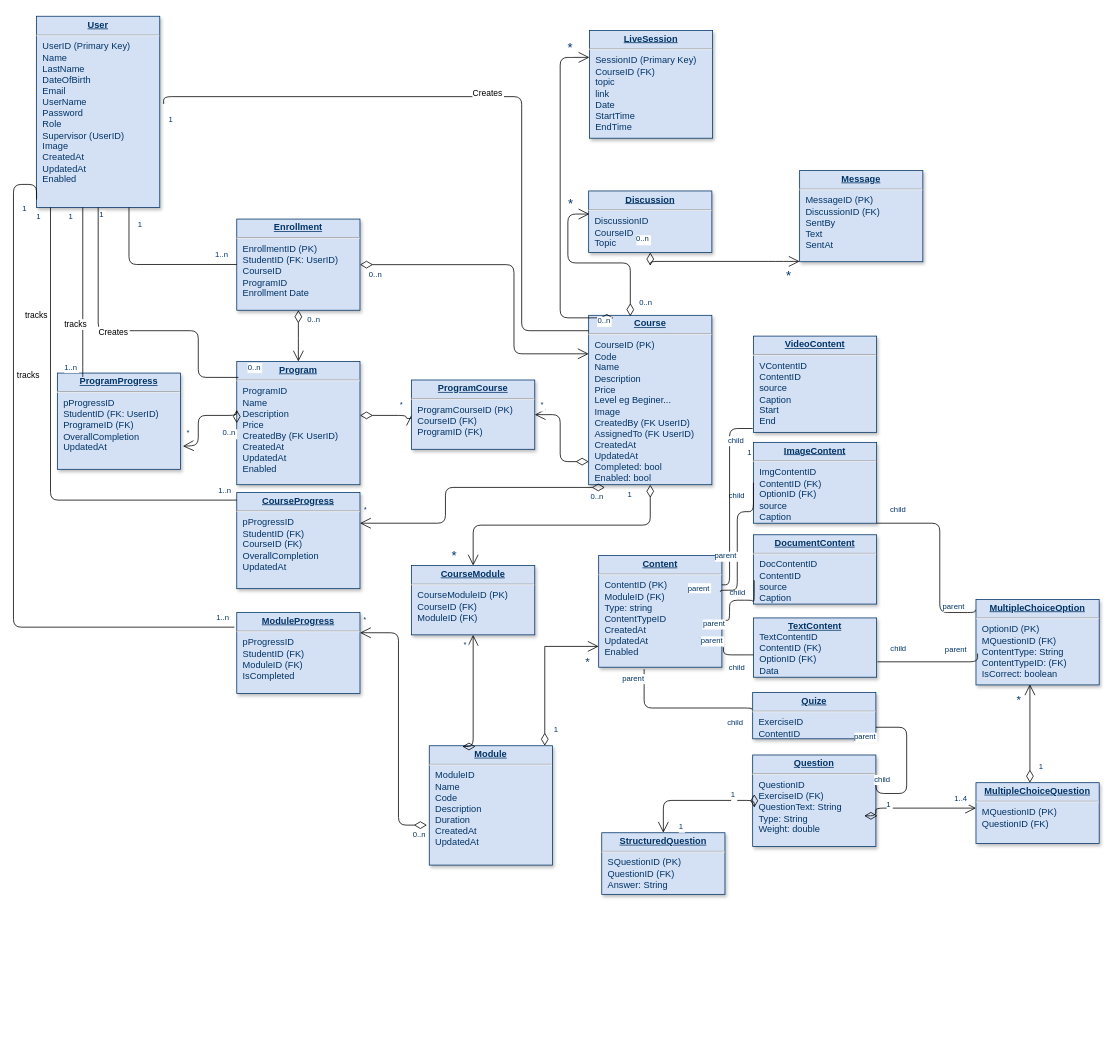
The draw.io diagram Diagrams/Database.drawio in kingshowa/PFE_E-learning, before the edit. Source tidied: cells renumbered, new cells numbered last; positions are measured from the earlier drawing's top-left corner, leaving out a move shared by most shapes. Both pictures are drawn from the tidied source at 77%, with x=0, y=0 at pixel (13, 16).
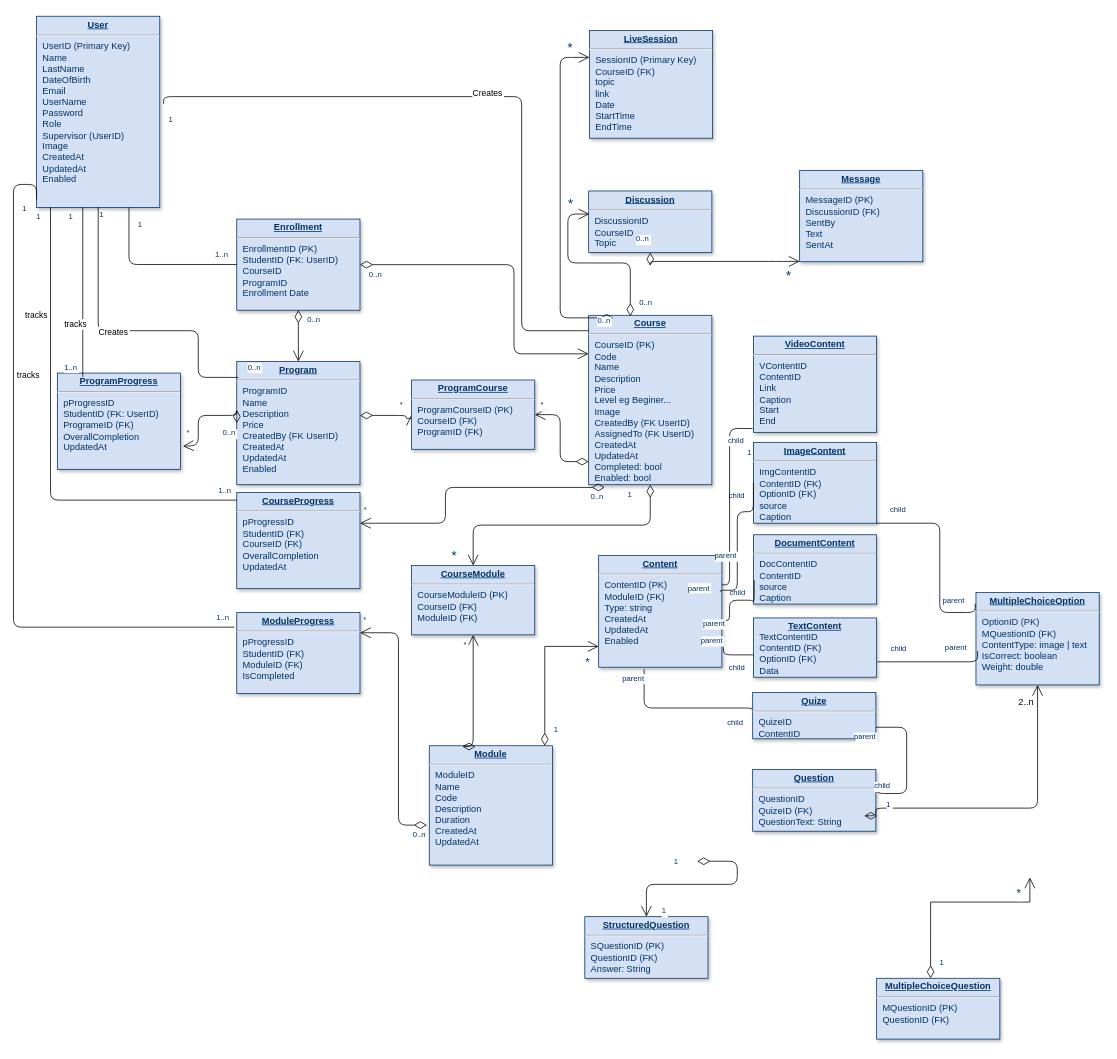
Above is the later version.

What changed in the source:
```diff
@@
-    <mxCell id="3" value="&lt;p style=&quot;margin: 0px; margin-top: 4px; text-align: center; text-decoration: underline;&quot;&gt;&lt;b&gt;Content&lt;/b&gt;&lt;/p&gt;&lt;hr&gt;&lt;p style=&quot;margin: 0px; margin-left: 8px;&quot;&gt;ContentID (PK)&lt;/p&gt;&lt;p style=&quot;margin: 0px; margin-left: 8px;&quot;&gt;ModuleID (FK)&lt;/p&gt;&lt;p style=&quot;margin: 0px; margin-left: 8px;&quot;&gt;Type: string&lt;/p&gt;&lt;p style=&quot;margin: 0px; margin-left: 8px;&quot;&gt;ContentTypeID&lt;/p&gt;&lt;p style=&quot;margin: 0px; margin-left: 8px;&quot;&gt;CreatedAt&lt;/p&gt;&lt;p style=&quot;margin: 0px; margin-left: 8px;&quot;&gt;UpdatedAt&lt;/p&gt;&lt;p style=&quot;margin: 0px; margin-left: 8px;&quot;&gt;Enabled&lt;/p&gt;" style="verticalAlign=top;align=left;overflow=fill;fontSize=12;fontFamily=Helvetica;html=1;strokeColor=#003366;shadow=1;fillColor=#D4E1F5;fontColor=#003366;" parent="1" vertex="1">
+    <mxCell id="3" value="&lt;p style=&quot;margin: 0px; margin-top: 4px; text-align: center; text-decoration: underline;&quot;&gt;&lt;b&gt;Content&lt;/b&gt;&lt;/p&gt;&lt;hr&gt;&lt;p style=&quot;margin: 0px; margin-left: 8px;&quot;&gt;ContentID (PK)&lt;/p&gt;&lt;p style=&quot;margin: 0px; margin-left: 8px;&quot;&gt;ModuleID (FK)&lt;/p&gt;&lt;p style=&quot;margin: 0px; margin-left: 8px;&quot;&gt;Type: string&lt;/p&gt;&lt;p style=&quot;margin: 0px; margin-left: 8px;&quot;&gt;&lt;span style=&quot;background-color: initial;&quot;&gt;CreatedAt&lt;/span&gt;&lt;br&gt;&lt;/p&gt;&lt;p style=&quot;margin: 0px; margin-left: 8px;&quot;&gt;UpdatedAt&lt;/p&gt;&lt;p style=&quot;margin: 0px; margin-left: 8px;&quot;&gt;Enabled&lt;/p&gt;" style="verticalAlign=top;align=left;overflow=fill;fontSize=12;fontFamily=Helvetica;html=1;strokeColor=#003366;shadow=1;fillColor=#D4E1F5;fontColor=#003366;" parent="1" vertex="1">
       <mxGeometry x="760" y="700" width="160" height="145" as="geometry" />
     </mxCell>
@@
-    <mxCell id="7" value="&lt;p style=&quot;margin: 0px; margin-top: 4px; text-align: center; text-decoration: underline;&quot;&gt;&lt;b&gt;Question&lt;/b&gt;&lt;/p&gt;&lt;hr&gt;&lt;p style=&quot;margin: 0px; margin-left: 8px;&quot;&gt;QuestionID&lt;/p&gt;&lt;p style=&quot;margin: 0px; margin-left: 8px;&quot;&gt;ExerciseID (FK)&lt;/p&gt;&lt;p style=&quot;margin: 0px; margin-left: 8px;&quot;&gt;QuestionText: String&lt;/p&gt;&lt;p style=&quot;margin: 0px; margin-left: 8px;&quot;&gt;Type: String&lt;/p&gt;&lt;p style=&quot;margin: 0px; margin-left: 8px;&quot;&gt;Weight: double&lt;/p&gt;" style="verticalAlign=top;align=left;overflow=fill;fontSize=12;fontFamily=Helvetica;html=1;strokeColor=#003366;shadow=1;fillColor=#D4E1F5;fontColor=#003366;" parent="1" vertex="1">
-      <mxGeometry x="960" y="959" width="160" height="119" as="geometry" />
+    <mxCell id="7" value="&lt;p style=&quot;margin: 0px; margin-top: 4px; text-align: center; text-decoration: underline;&quot;&gt;&lt;b&gt;Question&lt;/b&gt;&lt;/p&gt;&lt;hr&gt;&lt;p style=&quot;margin: 0px; margin-left: 8px;&quot;&gt;QuestionID&lt;/p&gt;&lt;p style=&quot;margin: 0px; margin-left: 8px;&quot;&gt;QuizeID (FK)&lt;/p&gt;&lt;p style=&quot;margin: 0px; margin-left: 8px;&quot;&gt;QuestionText: String&lt;/p&gt;" style="verticalAlign=top;align=left;overflow=fill;fontSize=12;fontFamily=Helvetica;html=1;strokeColor=#003366;shadow=1;fillColor=#D4E1F5;fontColor=#003366;" parent="1" vertex="1">
+      <mxGeometry x="960" y="978" width="160" height="80" as="geometry" />
     </mxCell>
@@
-    <mxCell id="28" value="&lt;p style=&quot;margin: 0px ; margin-top: 4px ; text-align: center ; text-decoration: underline&quot;&gt;&lt;b&gt;VideoContent&lt;/b&gt;&lt;/p&gt;&lt;hr&gt;&lt;p style=&quot;margin: 0px ; margin-left: 8px&quot;&gt;VContentID&lt;/p&gt;&lt;p style=&quot;margin: 0px ; margin-left: 8px&quot;&gt;ContentID&lt;/p&gt;&lt;p style=&quot;margin: 0px ; margin-left: 8px&quot;&gt;source&lt;/p&gt;&lt;p style=&quot;margin: 0px ; margin-left: 8px&quot;&gt;Caption&lt;/p&gt;&lt;p style=&quot;margin: 0px ; margin-left: 8px&quot;&gt;Start&lt;/p&gt;&lt;p style=&quot;margin: 0px ; margin-left: 8px&quot;&gt;End&lt;/p&gt;" style="verticalAlign=top;align=left;overflow=fill;fontSize=12;fontFamily=Helvetica;html=1;strokeColor=#003366;shadow=1;fillColor=#D4E1F5;fontColor=#003366;" parent="1" vertex="1">
+    <mxCell id="28" value="&lt;p style=&quot;margin: 0px ; margin-top: 4px ; text-align: center ; text-decoration: underline&quot;&gt;&lt;b&gt;VideoContent&lt;/b&gt;&lt;/p&gt;&lt;hr&gt;&lt;p style=&quot;margin: 0px ; margin-left: 8px&quot;&gt;VContentID&lt;/p&gt;&lt;p style=&quot;margin: 0px ; margin-left: 8px&quot;&gt;ContentID&lt;/p&gt;&lt;p style=&quot;margin: 0px ; margin-left: 8px&quot;&gt;Link&lt;/p&gt;&lt;p style=&quot;margin: 0px ; margin-left: 8px&quot;&gt;Caption&lt;/p&gt;&lt;p style=&quot;margin: 0px ; margin-left: 8px&quot;&gt;Start&lt;/p&gt;&lt;p style=&quot;margin: 0px ; margin-left: 8px&quot;&gt;End&lt;/p&gt;" style="verticalAlign=top;align=left;overflow=fill;fontSize=12;fontFamily=Helvetica;html=1;strokeColor=#003366;shadow=1;fillColor=#D4E1F5;fontColor=#003366;" parent="1" vertex="1">
       <mxGeometry x="961" y="415" width="160" height="125" as="geometry" />
     </mxCell>
@@
-    <mxCell id="32" value="&lt;p style=&quot;margin: 0px ; margin-top: 4px ; text-align: center ; text-decoration: underline&quot;&gt;&lt;b&gt;Quize&lt;/b&gt;&lt;/p&gt;&lt;hr&gt;&lt;p style=&quot;margin: 0px 0px 0px 8px;&quot;&gt;ExerciseID&lt;/p&gt;&lt;p style=&quot;margin: 0px 0px 0px 8px;&quot;&gt;ContentID&lt;/p&gt;" style="verticalAlign=top;align=left;overflow=fill;fontSize=12;fontFamily=Helvetica;html=1;strokeColor=#003366;shadow=1;fillColor=#D4E1F5;fontColor=#003366;" parent="1" vertex="1">
+    <mxCell id="32" value="&lt;p style=&quot;margin: 0px ; margin-top: 4px ; text-align: center ; text-decoration: underline&quot;&gt;&lt;b&gt;Quize&lt;/b&gt;&lt;/p&gt;&lt;hr&gt;&lt;p style=&quot;margin: 0px 0px 0px 8px;&quot;&gt;QuizeID&lt;/p&gt;&lt;p style=&quot;margin: 0px 0px 0px 8px;&quot;&gt;ContentID&lt;/p&gt;" style="verticalAlign=top;align=left;overflow=fill;fontSize=12;fontFamily=Helvetica;html=1;strokeColor=#003366;shadow=1;fillColor=#D4E1F5;fontColor=#003366;" parent="1" vertex="1">
       <mxGeometry x="960" y="878" width="160" height="60" as="geometry" />
     </mxCell>
@@
     <mxCell id="63" value="&lt;p style=&quot;margin: 0px; margin-top: 4px; text-align: center; text-decoration: underline;&quot;&gt;&lt;b&gt;MultipleChoiceQuestion&lt;/b&gt;&lt;/p&gt;&lt;hr&gt;&lt;p style=&quot;margin: 0px 0px 0px 8px;&quot;&gt;MQuestionID (PK)&lt;/p&gt;&lt;p style=&quot;margin: 0px 0px 0px 8px;&quot;&gt;QuestionID&amp;nbsp;&lt;span style=&quot;background-color: initial;&quot;&gt;(FK)&lt;/span&gt;&lt;/p&gt;" style="verticalAlign=top;align=left;overflow=fill;fontSize=12;fontFamily=Helvetica;html=1;strokeColor=#003366;shadow=1;fillColor=#D4E1F5;fontColor=#003366;" parent="1" vertex="1">
-      <mxGeometry x="1250" y="995" width="160" height="79" as="geometry" />
+      <mxGeometry x="1121" y="1249" width="160" height="79" as="geometry" />
     </mxCell>
     <mxCell id="64" value="&lt;p style=&quot;margin: 0px; margin-top: 4px; text-align: center; text-decoration: underline;&quot;&gt;&lt;b&gt;StructuredQuestion&lt;/b&gt;&lt;/p&gt;&lt;hr&gt;&lt;p style=&quot;margin: 0px; margin-left: 8px;&quot;&gt;SQuestionID (PK)&lt;/p&gt;&lt;p style=&quot;margin: 0px; margin-left: 8px;&quot;&gt;QuestionID&amp;nbsp;&lt;span style=&quot;background-color: initial;&quot;&gt;(FK)&lt;/span&gt;&lt;/p&gt;&lt;p style=&quot;margin: 0px; margin-left: 8px;&quot;&gt;Answer: String&lt;/p&gt;" style="verticalAlign=top;align=left;overflow=fill;fontSize=12;fontFamily=Helvetica;html=1;strokeColor=#003366;shadow=1;fillColor=#D4E1F5;fontColor=#003366;" parent="1" vertex="1">
-      <mxGeometry x="764" y="1060" width="160" height="80" as="geometry" />
+      <mxGeometry x="742" y="1169" width="160" height="80" as="geometry" />
     </mxCell>
-    <mxCell id="65" style="endArrow=open;endSize=12;startArrow=diamondThin;startSize=14;startFill=0;edgeStyle=orthogonalEdgeStyle;" parent="1" edge="1" target="63">
+    <mxCell id="65" style="endArrow=open;endSize=12;startArrow=diamondThin;startSize=14;startFill=0;edgeStyle=orthogonalEdgeStyle;entryX=0.5;entryY=1;entryDx=0;entryDy=0;" parent="1" edge="1" target="101">
       <mxGeometry x="519.4" y="200" as="geometry">
         <mxPoint x="1122" y="1038" as="sourcePoint" />
         <Array as="points">
           <mxPoint x="1120" y="1038" />
           <mxPoint x="1120" y="1028" />
+          <mxPoint x="1330" y="1028" />
         </Array>
       </mxGeometry>
     </mxCell>
@@
-    <mxCell id="68" style="endArrow=open;endSize=12;startArrow=diamondThin;startSize=14;startFill=0;edgeStyle=orthogonalEdgeStyle;exitX=0.013;exitY=0.429;exitDx=0;exitDy=0;exitPerimeter=0;entryX=0.5;entryY=0;entryDx=0;entryDy=0;" parent="1" edge="1" source="7" target="64">
+    <mxCell id="68" style="endArrow=open;endSize=12;startArrow=diamondThin;startSize=14;startFill=0;edgeStyle=orthogonalEdgeStyle;entryX=0.5;entryY=0;entryDx=0;entryDy=0;" parent="1" edge="1" target="64">
       <mxGeometry x="519.4" y="200" as="geometry">
+        <mxPoint x="888" y="1097" as="sourcePoint" />
         <Array as="points">
-          <mxPoint x="962" y="1018" />
-          <mxPoint x="844" y="1018" />
+          <mxPoint x="940" y="1127" />
+          <mxPoint x="822" y="1127" />
         </Array>
       </mxGeometry>
     </mxCell>
@@
-    <mxCell id="101" value="&lt;p style=&quot;margin: 0px; margin-top: 4px; text-align: center; text-decoration: underline;&quot;&gt;&lt;b&gt;MultipleChoiceOption&lt;/b&gt;&lt;/p&gt;&lt;hr&gt;&lt;p style=&quot;margin: 0px 0px 0px 8px;&quot;&gt;OptionID (PK)&lt;/p&gt;&lt;p style=&quot;margin: 0px 0px 0px 8px;&quot;&gt;MQuestionID&amp;nbsp;&lt;span style=&quot;background-color: initial;&quot;&gt;(FK)&lt;/span&gt;&lt;/p&gt;&lt;p style=&quot;margin: 0px; margin-left: 8px;&quot;&gt;ContentType: String&lt;/p&gt;&lt;p style=&quot;margin: 0px; margin-left: 8px;&quot;&gt;ContentTypeID: (FK)&lt;/p&gt;&lt;p style=&quot;margin: 0px; margin-left: 8px;&quot;&gt;IsCorrect: boolean&lt;/p&gt;" style="verticalAlign=top;align=left;overflow=fill;fontSize=12;fontFamily=Helvetica;html=1;strokeColor=#003366;shadow=1;fillColor=#D4E1F5;fontColor=#003366;" parent="1" vertex="1">
-      <mxGeometry x="1250" y="757" width="160" height="111" as="geometry" />
+    <mxCell id="101" value="&lt;p style=&quot;margin: 0px; margin-top: 4px; text-align: center; text-decoration: underline;&quot;&gt;&lt;b&gt;MultipleChoiceOption&lt;/b&gt;&lt;/p&gt;&lt;hr&gt;&lt;p style=&quot;margin: 0px 0px 0px 8px;&quot;&gt;OptionID (PK)&lt;/p&gt;&lt;p style=&quot;margin: 0px 0px 0px 8px;&quot;&gt;MQuestionID&amp;nbsp;&lt;span style=&quot;background-color: initial;&quot;&gt;(FK)&lt;/span&gt;&lt;/p&gt;&lt;p style=&quot;margin: 0px; margin-left: 8px;&quot;&gt;ContentType: image | text&lt;/p&gt;&lt;p style=&quot;margin: 0px; margin-left: 8px;&quot;&gt;IsCorrect: boolean&lt;/p&gt;&lt;p style=&quot;margin: 0px; margin-left: 8px;&quot;&gt;Weight: double&lt;br&gt;&lt;/p&gt;" style="verticalAlign=top;align=left;overflow=fill;fontSize=12;fontFamily=Helvetica;html=1;strokeColor=#003366;shadow=1;fillColor=#D4E1F5;fontColor=#003366;" parent="1" vertex="1">
+      <mxGeometry x="1250" y="748" width="160" height="120" as="geometry" />
     </mxCell>
-    <mxCell id="102" style="endArrow=open;endSize=12;startArrow=diamondThin;startSize=14;startFill=0;edgeStyle=orthogonalEdgeStyle;rounded=0;entryX=0.438;entryY=0.993;entryDx=0;entryDy=0;entryPerimeter=0;exitX=0.438;exitY=0;exitDx=0;exitDy=0;exitPerimeter=0;" parent="1" edge="1" source="63" target="101">
-      <mxGeometry x="769.4" y="450" as="geometry" />
+    <mxCell id="102" style="endArrow=open;endSize=12;startArrow=diamondThin;startSize=14;startFill=0;edgeStyle=orthogonalEdgeStyle;rounded=0;exitX=0.438;exitY=0;exitDx=0;exitDy=0;exitPerimeter=0;" parent="1" edge="1" source="63">
+      <mxGeometry x="769.4" y="450" as="geometry">
+        <mxPoint x="1320" y="1118" as="targetPoint" />
+        <Array as="points">
+          <mxPoint x="1191" y="1150" />
+          <mxPoint x="1320" y="1150" />
+        </Array>
+      </mxGeometry>
     </mxCell>
@@
+    <mxCell id="111" value="2..n" style="text;html=1;align=center;verticalAlign=middle;strokeColor=none;fillColor=none;" parent="1" vertex="1">
+      <mxGeometry x="1295" y="876" width="40" height="30" as="geometry" />
+    </mxCell>
```
